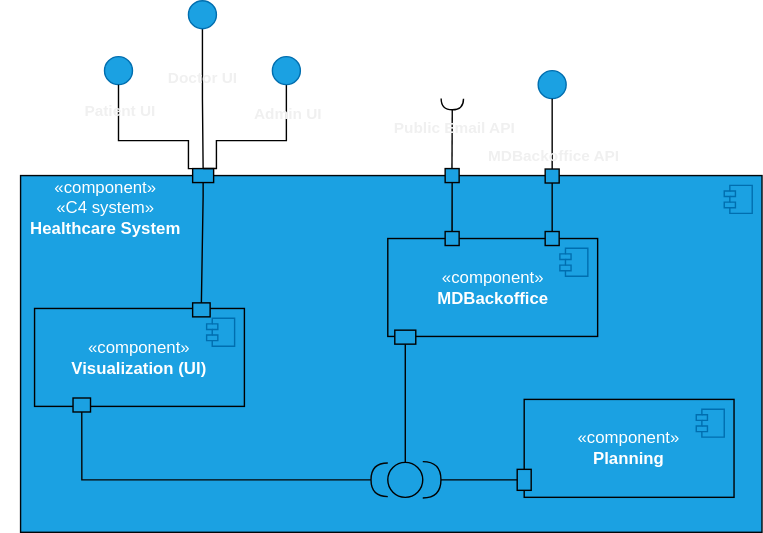
This is docs/sprint-2/team-decisions/views/logical-view/healthcare_system_vl2.svg from rita-barbosa/LAPR5-2425, a draw.io export, as it was before one commit. Source tidied: cells renumbered, new cells last; positions are measured from the earlier drawing's top-left corner, leaving out a move shared by most shapes.
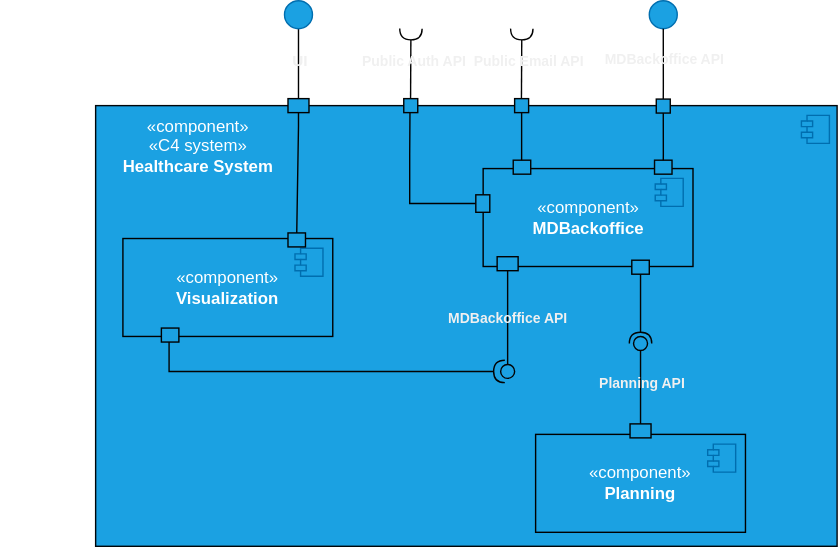
Above is the later version.

Change to the diagram source:
```diff
@@ -3,29 +3,10 @@
     <mxCell id="0" />
     <mxCell id="1" parent="0" />
     <mxCell id="2" style="html=1;whiteSpace=wrap;fillColor=#1ba1e2;fontColor=#ffffff;strokeColor=#00060A;" parent="1" vertex="1">
-      <mxGeometry x="14" y="125" width="530" height="255" as="geometry" />
+      <mxGeometry x="-0.5" y="125" width="530" height="315" as="geometry" />
     </mxCell>
-    <mxCell id="3" style="shape=module;jettyWidth=8;jettyHeight=4;fillColor=#1ba1e2;fontColor=#ffffff;strokeColor=#006EAF;" parent="2" vertex="1">
-      <mxGeometry x="1" width="20" height="20" relative="1" as="geometry">
-        <mxPoint x="-27" y="7" as="offset" />
-      </mxGeometry>
-    </mxCell>
-    <mxCell id="4" style="group;" parent="1" vertex="1">
-      <mxGeometry x="374" y="275" width="150" height="80" as="geometry" />
-    </mxCell>
-    <mxCell id="5" value="«component»&lt;br&gt;&lt;b&gt;Planning&lt;/b&gt;" style="html=1;whiteSpace=wrap;fillColor=#1ba1e2;fontColor=#ffffff;strokeColor=#000000;" parent="4" vertex="1">
-      <mxGeometry y="10" width="150" height="70" as="geometry" />
-    </mxCell>
-    <mxCell id="6" style="shape=module;jettyWidth=8;jettyHeight=4;fillColor=#1ba1e2;fontColor=#ffffff;strokeColor=#006EAF;" parent="5" vertex="1">
-      <mxGeometry x="1" width="20" height="20" relative="1" as="geometry">
-        <mxPoint x="-27" y="7" as="offset" />
-      </mxGeometry>
-    </mxCell>
-    <mxCell id="7" style="rounded=0;whiteSpace=wrap;html=1;fillColor=#1ba1e2;fontColor=#ffffff;strokeColor=#000000;" parent="4" vertex="1">
-      <mxGeometry x="-5" y="60" width="10" height="15" as="geometry" />
-    </mxCell>
     <mxCell id="8" value="&lt;span style=&quot;color: rgb(255, 255, 255);&quot;&gt;«component»&lt;/span&gt;&lt;br style=&quot;color: rgb(255, 255, 255);&quot;&gt;&lt;span style=&quot;color: rgb(255, 255, 255);&quot;&gt;«C4 system»&lt;/span&gt;&lt;br style=&quot;color: rgb(255, 255, 255);&quot;&gt;&lt;b style=&quot;color: rgb(255, 255, 255);&quot;&gt;Healthcare System&lt;/b&gt;" style="text;html=1;align=center;verticalAlign=middle;whiteSpace=wrap;rounded=0;" parent="1" vertex="1">
-      <mxGeometry x="-0.5" y="125" width="150" height="45" as="geometry" />
+      <mxGeometry x="-2.5" y="131" width="150" height="45" as="geometry" />
     </mxCell>
     <mxCell id="9" style="group;" parent="1" vertex="1">
       <mxGeometry x="276.5" y="160" width="157.5" height="80" as="geometry" />
@@ -42,44 +23,33 @@
       </mxGeometry>
     </mxCell>
     <mxCell id="13" style="fontStyle=0;labelPosition=right;verticalLabelPosition=middle;align=left;verticalAlign=middle;spacingLeft=2;fillColor=#1BA1E2;strokeColor=#030303;" parent="10" vertex="1">
-      <mxGeometry x="112.5" y="5" width="10" height="10" as="geometry" />
+      <mxGeometry x="122.5" y="4" width="12.5" height="10" as="geometry" />
     </mxCell>
+    <mxCell id="49" style="fontStyle=0;labelPosition=right;verticalLabelPosition=middle;align=left;verticalAlign=middle;spacingLeft=2;fillColor=#1BA1E2;strokeColor=#030303;" parent="10" vertex="1">
+      <mxGeometry x="21.5" y="4" width="12.5" height="10" as="geometry" />
+    </mxCell>
     <mxCell id="14" style="ellipse;whiteSpace=wrap;html=1;align=center;fillColor=none;strokeColor=none;perimeter=centerPerimeter;" parent="1" vertex="1">
       <mxGeometry x="374" y="350" width="10" height="10" as="geometry" />
     </mxCell>
-    <mxCell id="15" style="rounded=0;jettySize=auto;html=1;endArrow=halfCircle;endFill=0;endSize=11;strokeWidth=1;sketch=0;fontSize=12;curved=1;entryX=1;entryY=0.5;entryDx=0;entryDy=0;strokeColor=#000000;startSize=6;targetPerimeterSpacing=8;sourcePerimeterSpacing=0;exitX=0;exitY=0.5;exitDx=0;exitDy=0;" parent="1" edge="1" source="7" target="35">
-      <mxGeometry relative="1" as="geometry" />
-    </mxCell>
     <mxCell id="16" style="ellipse;whiteSpace=wrap;html=1;align=center;fillColor=none;strokeColor=none;perimeter=centerPerimeter;" parent="1" vertex="1">
       <mxGeometry x="404" y="370" width="10" height="10" as="geometry" />
     </mxCell>
-    <mxCell id="17" style="edgeStyle=orthogonalEdgeStyle;rounded=0;jettySize=auto;html=1;entryX=0.5;entryY=0;entryDx=0;entryDy=0;endArrow=none;endFill=0;strokeColor=#000000;" parent="1" edge="1" source="19" target="24">
-      <mxGeometry relative="1" as="geometry" />
+    <mxCell id="17" style="edgeStyle=orthogonalEdgeStyle;rounded=0;jettySize=auto;html=1;entryX=0.5;entryY=0;entryDx=0;entryDy=0;endArrow=none;endFill=0;strokeColor=#000000;exitX=0.5;exitY=1;exitDx=0;exitDy=0;" parent="1" edge="1" source="19" target="24">
+      <mxGeometry relative="1" as="geometry">
+        <Array as="points">
+          <mxPoint x="144" y="80" />
+          <mxPoint x="144" y="80" />
+        </Array>
+      </mxGeometry>
     </mxCell>
-    <mxCell id="18" value="Doctor UI" style="edgeLabel;html=1;align=center;verticalAlign=middle;labelBackgroundColor=none;fontStyle=1;" parent="17" vertex="1">
-      <mxGeometry x="-0.33" y="-1" relative="1" as="geometry" />
+    <mxCell id="18" value="&amp;nbsp;UI" style="edgeLabel;html=1;align=center;verticalAlign=middle;labelBackgroundColor=none;fontStyle=1;" parent="17" vertex="1">
+      <mxGeometry x="-0.33" y="-1" relative="1" as="geometry">
+        <mxPoint y="5" as="offset" />
+      </mxGeometry>
     </mxCell>
     <mxCell id="19" style="ellipse;whiteSpace=wrap;html=1;fillColor=#1ba1e2;fontColor=#ffffff;strokeColor=#006EAF;" parent="1" vertex="1">
-      <mxGeometry x="134" width="20" height="20" as="geometry" />
+      <mxGeometry x="134.5" y="50" width="20" height="20" as="geometry" />
     </mxCell>
-    <mxCell id="20" style="ellipse;whiteSpace=wrap;html=1;fillColor=#1ba1e2;fontColor=#ffffff;strokeColor=#006EAF;" parent="1" vertex="1">
-      <mxGeometry x="74" y="40" width="20" height="20" as="geometry" />
-    </mxCell>
-    <mxCell id="21" style="edgeStyle=orthogonalEdgeStyle;rounded=0;jettySize=auto;html=1;exitX=0.163;exitY=0.003;exitDx=0;exitDy=0;entryX=0.5;entryY=1;entryDx=0;entryDy=0;endArrow=none;endFill=0;strokeColor=#000000;exitPerimeter=0;" parent="1" edge="1" source="24" target="20">
-      <mxGeometry relative="1" as="geometry">
-        <Array as="points">
-          <mxPoint x="134" y="120" />
-          <mxPoint x="134" y="100" />
-          <mxPoint x="84" y="100" />
-          <mxPoint x="84" y="60" />
-        </Array>
-      </mxGeometry>
-    </mxCell>
-    <mxCell id="22" value="Patient UI" style="edgeLabel;html=1;align=center;verticalAlign=middle;labelBackgroundColor=none;fontStyle=1;" parent="21" vertex="1">
-      <mxGeometry x="0.81" y="1" relative="1" as="geometry">
-        <mxPoint x="1" y="7" as="offset" />
-      </mxGeometry>
-    </mxCell>
     <mxCell id="23" style="edgeStyle=orthogonalEdgeStyle;rounded=0;jettySize=auto;html=1;exitX=0.5;exitY=1;exitDx=0;exitDy=0;entryX=0.5;entryY=0;entryDx=0;entryDy=0;strokeColor=#000000;endArrow=none;endFill=0;" parent="1" edge="1" source="24" target="37">
       <mxGeometry relative="1" as="geometry">
         <Array as="points">
@@ -92,27 +62,10 @@
     <mxCell id="24" style="rounded=0;whiteSpace=wrap;html=1;fillColor=#1ba1e2;fontColor=#ffffff;strokeColor=#000000;" parent="1" vertex="1">
       <mxGeometry x="137" y="120" width="15" height="10" as="geometry" />
     </mxCell>
-    <mxCell id="25" style="edgeStyle=orthogonalEdgeStyle;rounded=0;jettySize=auto;html=1;entryX=0.5;entryY=0;entryDx=0;entryDy=0;endArrow=none;endFill=0;strokeColor=#000000;" parent="1" edge="1" source="27" target="24">
-      <mxGeometry relative="1" as="geometry">
-        <Array as="points">
-          <mxPoint x="204" y="100" />
-          <mxPoint x="154" y="100" />
-          <mxPoint x="154" y="120" />
-        </Array>
-      </mxGeometry>
-    </mxCell>
-    <mxCell id="26" value="Admin UI" style="edgeLabel;html=1;align=center;verticalAlign=middle;labelBackgroundColor=none;fontStyle=1;" parent="25" vertex="1">
-      <mxGeometry x="-0.79" relative="1" as="geometry">
-        <mxPoint y="7" as="offset" />
-      </mxGeometry>
-    </mxCell>
-    <mxCell id="27" style="ellipse;whiteSpace=wrap;html=1;fillColor=#1ba1e2;fontColor=#ffffff;strokeColor=#006EAF;" parent="1" vertex="1">
-      <mxGeometry x="194" y="40" width="20" height="20" as="geometry" />
-    </mxCell>
     <mxCell id="28" style="group;" parent="1" vertex="1">
-      <mxGeometry x="24" y="220" width="150" height="80" as="geometry" />
+      <mxGeometry x="19" y="220" width="150" height="80" as="geometry" />
     </mxCell>
-    <mxCell id="29" value="«component»&lt;br&gt;&lt;b&gt;Visualization (UI)&lt;/b&gt;" style="html=1;whiteSpace=wrap;fillColor=#1ba1e2;fontColor=#ffffff;strokeColor=#000000;" parent="28" vertex="1">
+    <mxCell id="29" value="«component»&lt;br&gt;&lt;b&gt;Visualization&lt;/b&gt;" style="html=1;whiteSpace=wrap;fillColor=#1ba1e2;fontColor=#ffffff;strokeColor=#000000;" parent="28" vertex="1">
       <mxGeometry width="150" height="70" as="geometry" />
     </mxCell>
     <mxCell id="30" style="shape=module;jettyWidth=8;jettyHeight=4;fillColor=#1ba1e2;fontColor=#ffffff;strokeColor=#006EAF;" parent="29" vertex="1">
@@ -129,73 +82,137 @@
     <mxCell id="33" style="edgeStyle=orthogonalEdgeStyle;rounded=0;jettySize=auto;html=1;exitX=0.5;exitY=1;exitDx=0;exitDy=0;endArrow=none;endFill=0;strokeColor=#000000;entryX=0.5;entryY=0;entryDx=0;entryDy=0;" parent="1" edge="1" source="42" target="13">
       <mxGeometry relative="1" as="geometry">
         <Array as="points">
-          <mxPoint x="394" y="160" />
-          <mxPoint x="394" y="160" />
+          <mxPoint x="405.2" y="160" />
+          <mxPoint x="405.2" y="160" />
         </Array>
       </mxGeometry>
     </mxCell>
     <mxCell id="34" style="ellipse;whiteSpace=wrap;html=1;fillColor=#1ba1e2;fontColor=#ffffff;strokeColor=#006EAF;" parent="1" vertex="1">
-      <mxGeometry x="384" y="50" width="20" height="20" as="geometry" />
+      <mxGeometry x="395.2" y="50" width="20" height="20" as="geometry" />
     </mxCell>
-    <mxCell id="35" style="ellipse;whiteSpace=wrap;html=1;fillColor=#1ba1e2;fontColor=#ffffff;strokeColor=#000000;" parent="1" vertex="1">
-      <mxGeometry x="276.5" y="330" width="25" height="25" as="geometry" />
-    </mxCell>
-    <mxCell id="36" style="edgeStyle=orthogonalEdgeStyle;rounded=0;jettySize=auto;html=1;exitX=0.5;exitY=1;exitDx=0;exitDy=0;entryX=0;entryY=0.5;entryDx=0;entryDy=0;strokeColor=#050505;endArrow=halfCircle;endFill=0;endSize=10;startSize=6;" parent="1" edge="1" source="31" target="35">
-      <mxGeometry relative="1" as="geometry" />
-    </mxCell>
     <mxCell id="37" style="rounded=0;whiteSpace=wrap;html=1;fillColor=#1ba1e2;fontColor=#ffffff;strokeColor=#000000;" parent="1" vertex="1">
       <mxGeometry x="137" y="216" width="12.5" height="10" as="geometry" />
     </mxCell>
-    <mxCell id="38" style="edgeStyle=orthogonalEdgeStyle;rounded=0;jettySize=auto;html=1;exitX=1;exitY=0.5;exitDx=0;exitDy=0;entryX=0.5;entryY=0;entryDx=0;entryDy=0;endArrow=none;endFill=0;strokeColor=#000000;" parent="1" edge="1" source="39" target="35">
-      <mxGeometry relative="1" as="geometry" />
-    </mxCell>
     <mxCell id="39" style="rounded=0;whiteSpace=wrap;html=1;fillColor=#1ba1e2;fontColor=#ffffff;strokeColor=#000000;rotation=90;" parent="1" vertex="1">
-      <mxGeometry x="284" y="233" width="10" height="15" as="geometry" />
+      <mxGeometry x="289" y="230.5" width="10" height="15" as="geometry" />
     </mxCell>
     <mxCell id="40" style="edgeStyle=orthogonalEdgeStyle;rounded=0;jettySize=auto;html=1;exitX=0.5;exitY=1;exitDx=0;exitDy=0;entryX=0.5;entryY=0;entryDx=0;entryDy=0;endArrow=none;endFill=0;strokeColor=#000000;" parent="1" edge="1" source="34" target="42">
       <mxGeometry relative="1" as="geometry">
         <Array as="points">
-          <mxPoint x="394" y="110" />
-          <mxPoint x="394" y="110" />
+          <mxPoint x="405.2" y="110" />
+          <mxPoint x="405.2" y="110" />
         </Array>
       </mxGeometry>
     </mxCell>
-    <mxCell id="41" value="&lt;b&gt;MDBackoffice API&lt;/b&gt;" style="edgeLabel;html=1;align=center;verticalAlign=middle;labelBackgroundColor=none;" parent="40" vertex="1">
+    <mxCell id="41" value="&lt;b&gt;&lt;font style=&quot;font-size: 10px;&quot;&gt;MDBackoffice API&lt;/font&gt;&lt;/b&gt;" style="edgeLabel;html=1;align=center;verticalAlign=middle;labelBackgroundColor=none;" parent="40" vertex="1">
       <mxGeometry x="-0.89" relative="1" as="geometry">
-        <mxPoint y="37" as="offset" />
+        <mxPoint y="19" as="offset" />
       </mxGeometry>
     </mxCell>
     <mxCell id="42" style="fontStyle=0;labelPosition=right;verticalLabelPosition=middle;align=left;verticalAlign=middle;spacingLeft=2;fillColor=#1BA1E2;strokeColor=#030303;" parent="1" vertex="1">
-      <mxGeometry x="389" y="120.3" width="10" height="10" as="geometry" />
+      <mxGeometry x="400.2" y="120.3" width="10" height="10" as="geometry" />
     </mxCell>
-    <mxCell id="43" style="edgeStyle=orthogonalEdgeStyle;rounded=0;jettySize=auto;html=1;exitX=0.5;exitY=1;exitDx=0;exitDy=0;entryX=0;entryY=0.5;entryDx=0;entryDy=0;endArrow=none;endFill=0;strokeColor=#000000;" parent="1" edge="1" source="44">
-      <mxGeometry relative="1" as="geometry">
-        <mxPoint x="322.4" y="173" as="targetPoint" />
-        <Array as="points">
-          <mxPoint x="322.4" y="130" />
-          <mxPoint x="322.4" y="130" />
-        </Array>
-      </mxGeometry>
-    </mxCell>
-    <mxCell id="44" style="fontStyle=0;labelPosition=right;verticalLabelPosition=middle;align=left;verticalAlign=middle;spacingLeft=2;fillColor=#1BA1E2;strokeColor=#030303;" parent="1" vertex="1">
-      <mxGeometry x="317.5" y="165" width="10" height="10" as="geometry" />
-    </mxCell>
     <mxCell id="45" style="fontStyle=0;labelPosition=right;verticalLabelPosition=middle;align=left;verticalAlign=middle;spacingLeft=2;fillColor=#1BA1E2;strokeColor=#030303;" parent="1" vertex="1">
-      <mxGeometry x="317.5" y="120" width="10" height="10" as="geometry" />
+      <mxGeometry x="299" y="120" width="10" height="10" as="geometry" />
     </mxCell>
     <mxCell id="46" style="rounded=0;orthogonalLoop=1;jettySize=auto;html=1;endArrow=halfCircle;endFill=0;endSize=6;strokeWidth=1;sketch=0;fontSize=12;curved=1;exitX=0.441;exitY=-0.048;exitDx=0;exitDy=0;exitPerimeter=0;fillColor=#030303;strokeColor=#030303;" parent="1" edge="1">
       <mxGeometry relative="1" as="geometry">
-        <mxPoint x="322.4" y="119.5" as="sourcePoint" />
-        <mxPoint x="322.6" y="70" as="targetPoint" />
+        <mxPoint x="303.9" y="119.5" as="sourcePoint" />
+        <mxPoint x="304.1" y="70" as="targetPoint" />
       </mxGeometry>
     </mxCell>
-    <mxCell id="47" style="ellipse;whiteSpace=wrap;html=1;align=center;fillColor=none;strokeColor=none;perimeter=centerPerimeter;" parent="1" vertex="1">
-      <mxGeometry x="304" y="150" width="10" height="10" as="geometry" />
-    </mxCell>
-    <mxCell id="48" value="&lt;b&gt;Public Email API&lt;/b&gt;" style="edgeLabel;html=1;align=center;verticalAlign=middle;labelBackgroundColor=none;" parent="1" vertex="1">
-      <mxGeometry x="149.5" y="140" as="geometry">
+    <mxCell id="48" value="&lt;b&gt;&lt;font style=&quot;font-size: 10px;&quot;&gt;Public Email API&lt;/font&gt;&lt;/b&gt;" style="edgeLabel;html=1;align=center;verticalAlign=middle;labelBackgroundColor=none;" parent="1" vertex="1">
+      <mxGeometry x="134" y="142" as="geometry">
         <mxPoint x="174" y="-50" as="offset" />
       </mxGeometry>
     </mxCell>
+    <mxCell id="3" style="shape=module;jettyWidth=8;jettyHeight=4;fillColor=#1ba1e2;fontColor=#ffffff;strokeColor=#006EAF;" parent="1" vertex="1">
+      <mxGeometry x="504" y="132" width="20" height="20" as="geometry">
+        <mxPoint x="-27" y="7" as="offset" />
+      </mxGeometry>
+    </mxCell>
+    <mxCell id="50" style="rounded=0;whiteSpace=wrap;html=1;fillColor=#1ba1e2;fontColor=#ffffff;strokeColor=#000000;" parent="1" vertex="1">
+      <mxGeometry x="382.8" y="235.5" width="12.5" height="10" as="geometry" />
+    </mxCell>
+    <mxCell id="51" style="edgeStyle=orthogonalEdgeStyle;rounded=0;jettySize=auto;html=1;exitX=0.5;exitY=1;exitDx=0;exitDy=0;entryX=0.424;entryY=-0.001;entryDx=0;entryDy=0;endArrow=none;endFill=0;strokeColor=#000000;entryPerimeter=0;" parent="1" edge="1" source="55" target="2">
+      <mxGeometry relative="1" as="geometry">
+        <Array as="points">
+          <mxPoint x="224" y="195" />
+          <mxPoint x="224" y="160" />
+          <mxPoint x="224" y="160" />
+        </Array>
+      </mxGeometry>
+    </mxCell>
+    <mxCell id="52" style="fontStyle=0;labelPosition=right;verticalLabelPosition=middle;align=left;verticalAlign=middle;spacingLeft=2;fillColor=#1BA1E2;strokeColor=#030303;" parent="1" vertex="1">
+      <mxGeometry x="219.8" y="120" width="10" height="10" as="geometry" />
+    </mxCell>
+    <mxCell id="53" style="rounded=0;orthogonalLoop=1;jettySize=auto;html=1;endArrow=halfCircle;endFill=0;endSize=6;strokeWidth=1;sketch=0;fontSize=12;curved=1;exitX=0.441;exitY=-0.048;exitDx=0;exitDy=0;exitPerimeter=0;fillColor=#030303;strokeColor=#030303;" parent="1" edge="1">
+      <mxGeometry relative="1" as="geometry">
+        <mxPoint x="224.6" y="119.5" as="sourcePoint" />
+        <mxPoint x="224.9" y="70" as="targetPoint" />
+        <Array as="points">
+          <mxPoint x="224.8" y="90" />
+        </Array>
+      </mxGeometry>
+    </mxCell>
+    <mxCell id="54" value="&lt;b&gt;&lt;font style=&quot;font-size: 10px;&quot;&gt;Public Auth API&lt;/font&gt;&lt;/b&gt;" style="edgeLabel;html=1;align=center;verticalAlign=middle;labelBackgroundColor=none;" parent="1" vertex="1">
+      <mxGeometry x="-69" y="179" as="geometry">
+        <mxPoint x="295" y="-87" as="offset" />
+      </mxGeometry>
+    </mxCell>
+    <mxCell id="55" style="fontStyle=0;labelPosition=right;verticalLabelPosition=middle;align=left;verticalAlign=middle;spacingLeft=2;fillColor=#1BA1E2;strokeColor=#030303;rotation=90;" parent="1" vertex="1">
+      <mxGeometry x="270" y="190" width="12.5" height="10" as="geometry" />
+    </mxCell>
+    <mxCell id="56" style="edgeStyle=orthogonalEdgeStyle;rounded=0;orthogonalLoop=1;jettySize=auto;html=1;exitX=0.5;exitY=1;exitDx=0;exitDy=0;endArrow=none;endFill=0;strokeColor=#000000;entryX=0.5;entryY=0;entryDx=0;entryDy=0;" parent="1" edge="1">
+      <mxGeometry relative="1" as="geometry">
+        <mxPoint x="304" y="130" as="sourcePoint" />
+        <mxPoint x="304" y="164" as="targetPoint" />
+        <Array as="points">
+          <mxPoint x="304" y="160" />
+          <mxPoint x="304" y="160" />
+        </Array>
+      </mxGeometry>
+    </mxCell>
+    <mxCell id="57" style="rounded=0;orthogonalLoop=1;jettySize=auto;html=1;endArrow=halfCircle;endFill=0;endSize=6;strokeWidth=1;sketch=0;strokeColor=#030303;" parent="1" edge="1">
+      <mxGeometry relative="1" as="geometry">
+        <mxPoint x="52" y="294" as="sourcePoint" />
+        <mxPoint x="292" y="315" as="targetPoint" />
+        <Array as="points">
+          <mxPoint x="52" y="315" />
+        </Array>
+      </mxGeometry>
+    </mxCell>
+    <mxCell id="58" style="rounded=0;jettySize=auto;html=1;endArrow=oval;endFill=0;sketch=0;sourcePerimeterSpacing=0;targetPerimeterSpacing=0;endSize=10;exitX=1;exitY=0.5;exitDx=0;exitDy=0;strokeColor=#030303;" parent="1" edge="1" source="39" target="59">
+      <mxGeometry relative="1" as="geometry" />
+    </mxCell>
+    <mxCell id="59" style="ellipse;whiteSpace=wrap;html=1;align=center;fillColor=none;strokeColor=none;perimeter=centerPerimeter;points=[];outlineConnect=1;" parent="1" vertex="1">
+      <mxGeometry x="289" y="310" width="10" height="10" as="geometry" />
+    </mxCell>
+    <mxCell id="5" value="«component»&lt;br&gt;&lt;b&gt;Planning&lt;/b&gt;" style="html=1;whiteSpace=wrap;fillColor=#1ba1e2;fontColor=#ffffff;strokeColor=#000000;" parent="1" vertex="1">
+      <mxGeometry x="314" y="360" width="150" height="70" as="geometry" />
+    </mxCell>
+    <mxCell id="6" style="shape=module;jettyWidth=8;jettyHeight=4;fillColor=#1ba1e2;fontColor=#ffffff;strokeColor=#006EAF;" parent="5" vertex="1">
+      <mxGeometry x="1" width="20" height="20" relative="1" as="geometry">
+        <mxPoint x="-27" y="7" as="offset" />
+      </mxGeometry>
+    </mxCell>
+    <mxCell id="60" style="rounded=0;whiteSpace=wrap;html=1;fillColor=#1ba1e2;fontColor=#ffffff;strokeColor=#000000;rotation=-90;" parent="1" vertex="1">
+      <mxGeometry x="384" y="350" width="10" height="15" as="geometry" />
+    </mxCell>
+    <mxCell id="61" style="rounded=0;jettySize=auto;html=1;endArrow=halfCircle;endFill=0;endSize=6;strokeWidth=1;sketch=0;exitX=0.5;exitY=1;exitDx=0;exitDy=0;strokeColor=#030303;" parent="1" edge="1" source="50" target="63">
+      <mxGeometry relative="1" as="geometry" />
+    </mxCell>
+    <mxCell id="62" style="rounded=0;jettySize=auto;html=1;endArrow=oval;endFill=0;sketch=0;sourcePerimeterSpacing=0;targetPerimeterSpacing=0;endSize=10;exitX=1;exitY=0.5;exitDx=0;exitDy=0;strokeColor=#030303;" parent="1" edge="1" source="60" target="63">
+      <mxGeometry relative="1" as="geometry" />
+    </mxCell>
+    <mxCell id="63" style="ellipse;whiteSpace=wrap;html=1;align=center;fillColor=none;strokeColor=none;perimeter=centerPerimeter;points=[];outlineConnect=1;" parent="1" vertex="1">
+      <mxGeometry x="384" y="290" width="10" height="10" as="geometry" />
+    </mxCell>
+    <mxCell id="64" value="&lt;font style=&quot;font-size: 10px;&quot;&gt;MDBackoffice API&lt;/font&gt;" style="text;align=center;fontStyle=1;verticalAlign=middle;spacingLeft=3;spacingRight=3;strokeColor=none;html=1;" parent="1" vertex="1">
+      <mxGeometry x="254" y="264" width="80" height="26" as="geometry" />
+    </mxCell>
+    <mxCell id="65" value="&lt;font style=&quot;font-size: 10px;&quot;&gt;Planning API&lt;/font&gt;" style="text;align=center;fontStyle=1;verticalAlign=middle;spacingLeft=3;spacingRight=3;strokeColor=none;html=1;" parent="1" vertex="1">
+      <mxGeometry x="350" y="310" width="80" height="26" as="geometry" />
+    </mxCell>
   </root>
 </mxGraphModel>
```
